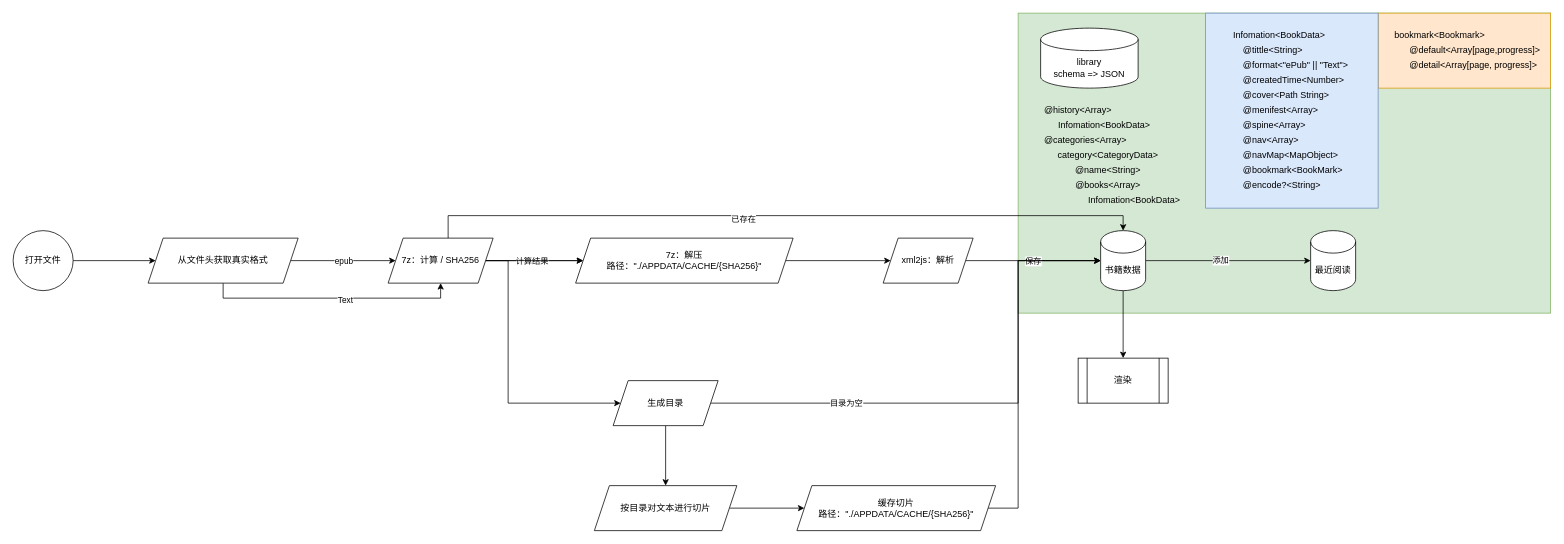
nsplup/aReader keeps this draw.io diagram as page "Main" (1 of 3) of blueprint/Process.drawio. Above is the earlier version. Source tidied: cells renumbered, new cells numbered last; positions are measured from the earlier drawing's top-left corner, leaving out a move shared by most shapes. Both pictures are drawn from the tidied source at 75%, with x=0, y=0 at pixel (13, 13).
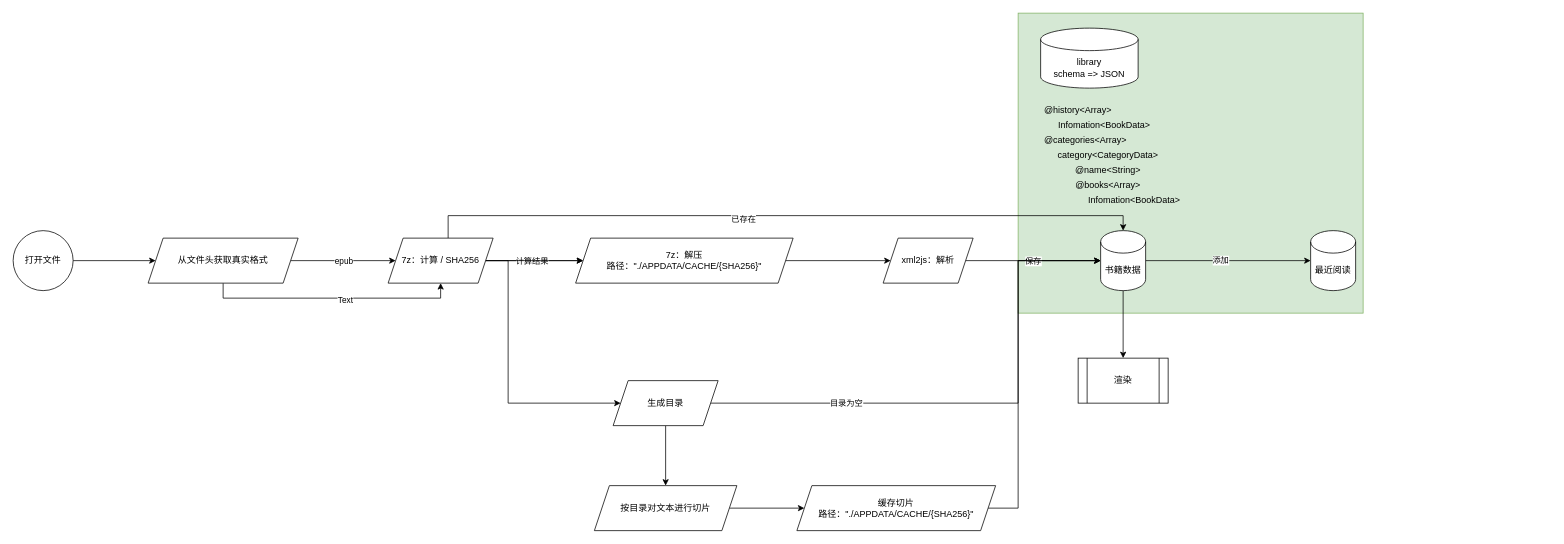
The same diagram, later.

The edit, as a diff of the source:
```diff
@@
     <mxCell id="2" style="rounded=0;whiteSpace=wrap;html=1;fillColor=#d5e8d4;strokeColor=#82b366;" parent="1" vertex="1">
-      <mxGeometry x="1340" width="710" height="400" as="geometry" />
+      <mxGeometry x="1340" width="460" height="400" as="geometry" />
     </mxCell>
-    <mxCell id="3" style="rounded=0;whiteSpace=wrap;html=1;align=left;fillColor=#ffe6cc;strokeColor=#d79b00;" parent="1" vertex="1">
-      <mxGeometry x="1820" width="230" height="100" as="geometry" />
-    </mxCell>
-    <mxCell id="4" style="rounded=0;whiteSpace=wrap;html=1;align=left;fillColor=#dae8fc;strokeColor=#6c8ebf;" parent="1" vertex="1">
-      <mxGeometry x="1590" width="230" height="260" as="geometry" />
-    </mxCell>
@@
-    <mxCell id="46" value="Infomation&amp;lt;BookData&amp;gt;" style="text;html=1;strokeColor=none;fillColor=none;align=left;verticalAlign=middle;whiteSpace=wrap;rounded=0;" parent="1" vertex="1">
-      <mxGeometry x="1625" y="20" width="130" height="20" as="geometry" />
-    </mxCell>
-    <mxCell id="47" value="@tittle&amp;lt;String&amp;gt;" style="text;html=1;strokeColor=none;fillColor=none;align=left;verticalAlign=middle;whiteSpace=wrap;rounded=0;" parent="1" vertex="1">
-      <mxGeometry x="1638" y="40" width="80" height="20" as="geometry" />
-    </mxCell>
-    <mxCell id="48" value="@format&amp;lt;&quot;ePub&quot; || &quot;Text&quot;&amp;gt;" style="text;html=1;strokeColor=none;fillColor=none;align=left;verticalAlign=middle;whiteSpace=wrap;rounded=0;" parent="1" vertex="1">
-      <mxGeometry x="1638" y="60" width="150" height="20" as="geometry" />
-    </mxCell>
-    <mxCell id="49" value="@&lt;span class=&quot;RichText ztext&quot; itemprop=&quot;text&quot;&gt;createdTime&lt;/span&gt;&amp;lt;Number&amp;gt;" style="text;html=1;strokeColor=none;fillColor=none;align=left;verticalAlign=middle;whiteSpace=wrap;rounded=0;" parent="1" vertex="1">
-      <mxGeometry x="1638" y="80" width="138" height="20" as="geometry" />
-    </mxCell>
-    <mxCell id="50" value="@cover&amp;lt;Path String&amp;gt;" style="text;html=1;strokeColor=none;fillColor=none;align=left;verticalAlign=middle;whiteSpace=wrap;rounded=0;" parent="1" vertex="1">
-      <mxGeometry x="1638" y="100" width="125" height="20" as="geometry" />
-    </mxCell>
-    <mxCell id="51" value="@menifest&amp;lt;Array&amp;gt;" style="text;html=1;strokeColor=none;fillColor=none;align=left;verticalAlign=middle;whiteSpace=wrap;rounded=0;" parent="1" vertex="1">
-      <mxGeometry x="1638" y="120" width="108" height="20" as="geometry" />
-    </mxCell>
-    <mxCell id="52" value="@spine&amp;lt;Array&amp;gt;" style="text;html=1;strokeColor=none;fillColor=none;align=left;verticalAlign=middle;whiteSpace=wrap;rounded=0;" parent="1" vertex="1">
-      <mxGeometry x="1638" y="140" width="88" height="20" as="geometry" />
-    </mxCell>
-    <mxCell id="53" value="@nav&amp;lt;Array&amp;gt;" style="text;html=1;strokeColor=none;fillColor=none;align=left;verticalAlign=middle;whiteSpace=wrap;rounded=0;" parent="1" vertex="1">
-      <mxGeometry x="1638" y="160" width="88" height="20" as="geometry" />
-    </mxCell>
-    <mxCell id="54" value="@bookmark&amp;lt;BookMark&amp;gt;" style="text;html=1;strokeColor=none;fillColor=none;align=left;verticalAlign=middle;whiteSpace=wrap;rounded=0;" parent="1" vertex="1">
-      <mxGeometry x="1638" y="200" width="132" height="20" as="geometry" />
-    </mxCell>
-    <mxCell id="55" value="bookmark&amp;lt;Bookmark&amp;gt;" style="text;html=1;strokeColor=none;fillColor=none;align=left;verticalAlign=middle;whiteSpace=wrap;rounded=0;" parent="1" vertex="1">
-      <mxGeometry x="1840" y="20" width="132" height="20" as="geometry" />
-    </mxCell>
-    <mxCell id="56" value="@default&amp;lt;Array[page,progress]&amp;gt;" style="text;html=1;strokeColor=none;fillColor=none;align=left;verticalAlign=middle;whiteSpace=wrap;rounded=0;" parent="1" vertex="1">
-      <mxGeometry x="1860" y="40" width="180" height="20" as="geometry" />
-    </mxCell>
-    <mxCell id="57" value="@detail&amp;lt;Array[page, progress]&amp;gt;" style="text;html=1;strokeColor=none;fillColor=none;align=left;verticalAlign=middle;whiteSpace=wrap;rounded=0;" parent="1" vertex="1">
-      <mxGeometry x="1860" y="60" width="180" height="20" as="geometry" />
-    </mxCell>
-    <mxCell id="58" value="@navMap&amp;lt;MapObject&amp;gt;" style="text;html=1;strokeColor=none;fillColor=none;align=left;verticalAlign=middle;whiteSpace=wrap;rounded=0;" parent="1" vertex="1">
-      <mxGeometry x="1638" y="180" width="132" height="20" as="geometry" />
-    </mxCell>
-    <mxCell id="59" value="@encode?&amp;lt;String&amp;gt;" style="text;html=1;strokeColor=none;fillColor=none;align=left;verticalAlign=middle;whiteSpace=wrap;rounded=0;" parent="1" vertex="1">
-      <mxGeometry x="1638" y="220" width="132" height="20" as="geometry" />
-    </mxCell>
```
